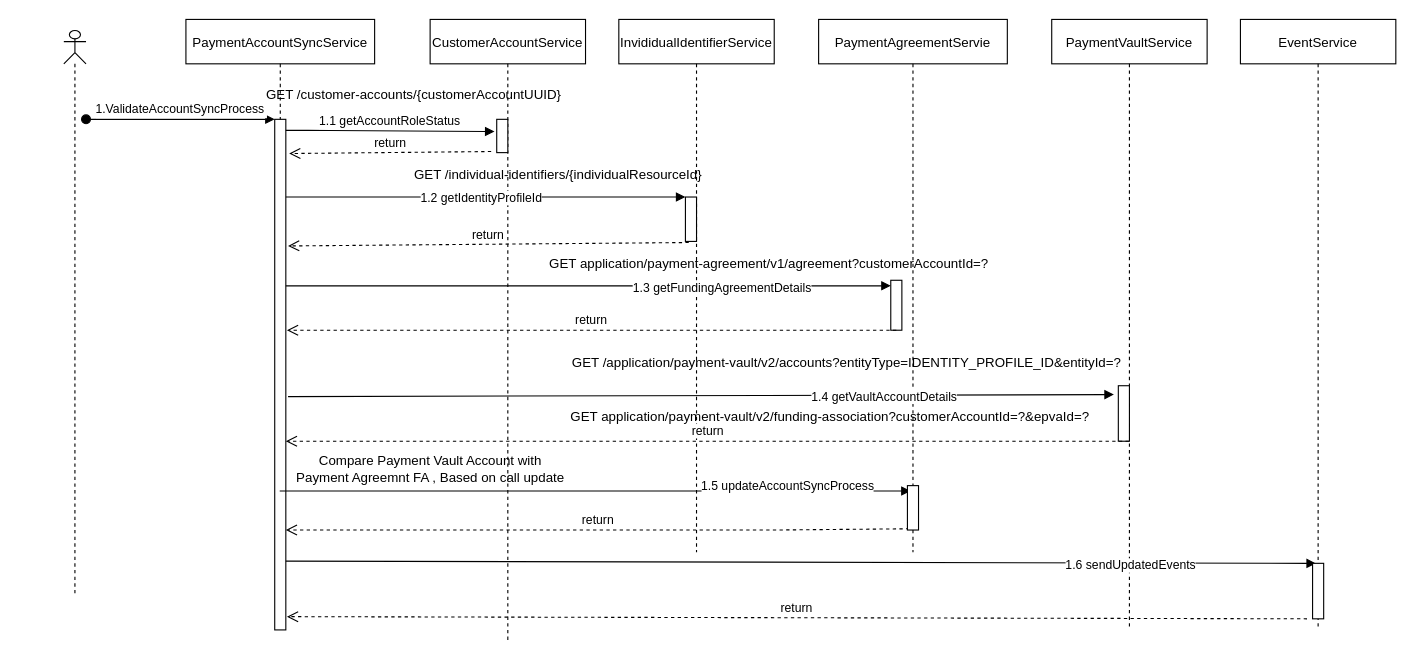
The draw.io diagram pay-Sequence.drawio in evasanthan/testRestApp, before the edit. Source tidied: cells renumbered, new cells numbered last; positions are measured from the earlier drawing's top-left corner, leaving out a move shared by most shapes. Both pictures are drawn from the tidied source at 111%, with x=0, y=0 at pixel (63, 19).
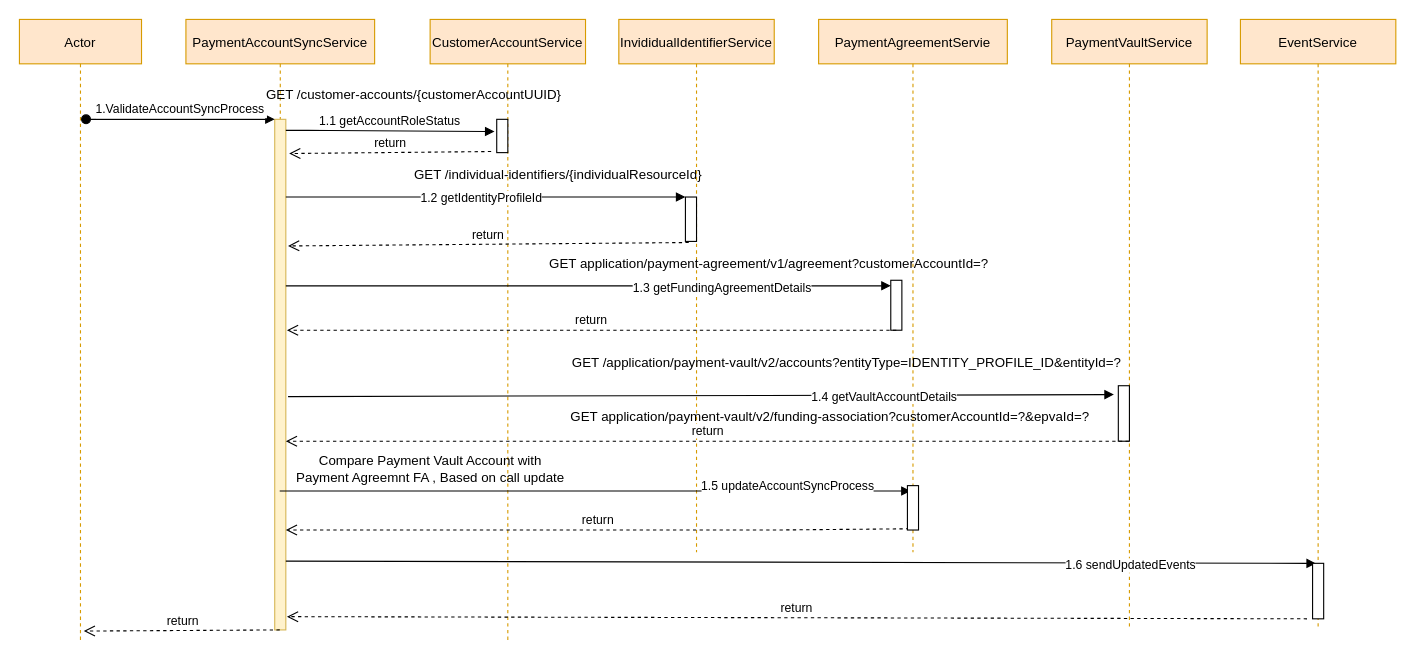
The same diagram, later.

The edit, as a diff of the source:
```diff
@@
-    <mxCell id="2" value="PaymentAccountSyncService" style="shape=umlLifeline;perimeter=lifelinePerimeter;rounded=0;shadow=0;strokeWidth=1;" parent="1" vertex="1">
+    <mxCell id="2" value="PaymentAccountSyncService" style="shape=umlLifeline;perimeter=lifelinePerimeter;rounded=0;shadow=0;strokeWidth=1;fillColor=#ffe6cc;strokeColor=#d79b00;" parent="1" vertex="1">
       <mxGeometry x="110" width="170" height="550" as="geometry" />
     </mxCell>
-    <mxCell id="3" style="points=[];perimeter=orthogonalPerimeter;rounded=0;shadow=0;strokeWidth=1;" parent="2" vertex="1">
+    <mxCell id="3" style="points=[];perimeter=orthogonalPerimeter;rounded=0;shadow=0;strokeWidth=1;fillColor=#fff2cc;strokeColor=#d6b656;" parent="2" vertex="1">
       <mxGeometry x="80" y="90" width="10" height="460" as="geometry" />
     </mxCell>
@@
-    <mxCell id="5" value="CustomerAccountService" style="shape=umlLifeline;perimeter=lifelinePerimeter;rounded=0;shadow=0;strokeWidth=1;" parent="1" vertex="1">
+    <mxCell id="5" value="CustomerAccountService" style="shape=umlLifeline;perimeter=lifelinePerimeter;rounded=0;shadow=0;strokeWidth=1;fillColor=#ffe6cc;strokeColor=#d79b00;" parent="1" vertex="1">
       <mxGeometry x="330" width="140" height="560" as="geometry" />
     </mxCell>
@@
-    <mxCell id="8" style="shape=umlLifeline;participant=umlActor;perimeter=lifelinePerimeter;whiteSpace=wrap;html=1;verticalAlign=top;spacingTop=36;size=30;" parent="1" vertex="1">
-      <mxGeometry y="10" width="20" height="510" as="geometry" />
-    </mxCell>
@@
-    <mxCell id="13" value="InvididualIdentifierService" style="shape=umlLifeline;perimeter=lifelinePerimeter;rounded=0;shadow=0;strokeWidth=1;" parent="1" vertex="1">
+    <mxCell id="13" value="InvididualIdentifierService" style="shape=umlLifeline;perimeter=lifelinePerimeter;rounded=0;shadow=0;strokeWidth=1;fillColor=#ffe6cc;strokeColor=#d79b00;" parent="1" vertex="1">
       <mxGeometry x="500" width="140" height="480" as="geometry" />
     </mxCell>
@@
-    <mxCell id="16" value="PaymentAgreementServie" style="shape=umlLifeline;perimeter=lifelinePerimeter;rounded=0;shadow=0;strokeWidth=1;" parent="1" vertex="1">
+    <mxCell id="16" value="PaymentAgreementServie" style="shape=umlLifeline;perimeter=lifelinePerimeter;rounded=0;shadow=0;strokeWidth=1;fillColor=#ffe6cc;strokeColor=#d79b00;" parent="1" vertex="1">
       <mxGeometry x="680" width="170" height="480" as="geometry" />
     </mxCell>
@@
-    <mxCell id="20" value="PaymentVaultService" style="shape=umlLifeline;perimeter=lifelinePerimeter;rounded=0;shadow=0;strokeWidth=1;" parent="1" vertex="1">
+    <mxCell id="20" value="PaymentVaultService" style="shape=umlLifeline;perimeter=lifelinePerimeter;rounded=0;shadow=0;strokeWidth=1;fillColor=#ffe6cc;strokeColor=#d79b00;" parent="1" vertex="1">
       <mxGeometry x="890" width="140" height="550" as="geometry" />
     </mxCell>
@@
-    <mxCell id="30" value="EventService" style="shape=umlLifeline;perimeter=lifelinePerimeter;rounded=0;shadow=0;strokeWidth=1;" parent="1" vertex="1">
+    <mxCell id="30" value="EventService" style="shape=umlLifeline;perimeter=lifelinePerimeter;rounded=0;shadow=0;strokeWidth=1;fillColor=#ffe6cc;strokeColor=#d79b00;" parent="1" vertex="1">
       <mxGeometry x="1060" width="140" height="550" as="geometry" />
     </mxCell>
@@
+    <mxCell id="40" value="Actor" style="shape=umlLifeline;perimeter=lifelinePerimeter;rounded=0;shadow=0;strokeWidth=1;fillColor=#ffe6cc;strokeColor=#d79b00;" parent="1" vertex="1">
+      <mxGeometry x="-40" width="110" height="560" as="geometry" />
+    </mxCell>
+    <mxCell id="41" value="return" style="html=1;verticalAlign=bottom;endArrow=open;dashed=1;endSize=8;entryX=0.527;entryY=0.984;entryDx=0;entryDy=0;entryPerimeter=0;" parent="1" edge="1" source="2" target="40">
+      <mxGeometry relative="1" as="geometry" />
+    </mxCell>
```
